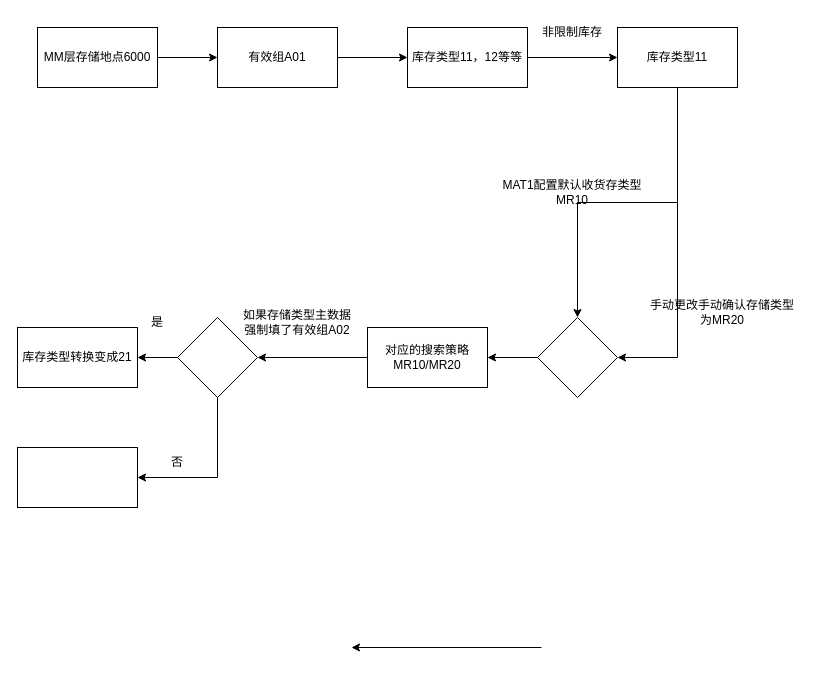
Above: EWM库存地点有效组存储类型.drawio in 20000428/drawio (draw.io), before the change. Source tidied: cells renumbered, new cells numbered last; positions are measured from the earlier drawing's top-left corner, leaving out a move shared by most shapes. Both pictures are drawn from the tidied source at 100%, with x=0, y=0 at pixel (17, 17).
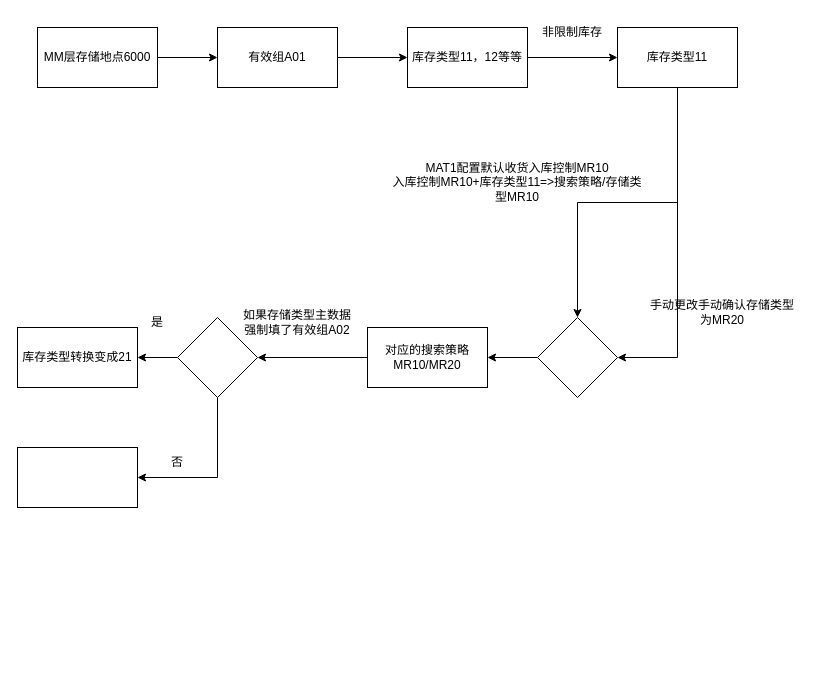
Above is the later version.

Commit message:
更新EWM库存地点有效组存储类型.drawio

Change to the diagram source:
```diff
@@
-    <mxCell id="14" value="MAT1配置默认收货存类型MR10" style="text;html=1;whiteSpace=wrap;strokeColor=none;fillColor=none;align=center;verticalAlign=middle;rounded=0;" parent="1" vertex="1">
-      <mxGeometry x="480" y="160" width="150" height="30" as="geometry" />
+    <mxCell id="14" value="MAT1配置默认收货入库控制MR10&lt;div&gt;&lt;div id=&quot;_E_lWKlPt&quot; class=&quot;editor-block text-block editor-block-padding-1 focused&quot;&gt;&lt;div class=&quot;block-content text-element&quot;&gt;&lt;span class=&quot;editor-text-node&quot;&gt;入库控制MR10+库存类型11=&amp;gt;搜索策略/存储类型MR10&lt;/span&gt;&lt;/div&gt;&lt;/div&gt;&lt;/div&gt;" style="text;html=1;whiteSpace=wrap;strokeColor=none;fillColor=none;align=center;verticalAlign=middle;rounded=0;" parent="1" vertex="1">
+      <mxGeometry x="370" y="150" width="260" height="30" as="geometry" />
     </mxCell>
@@
-    <mxCell id="16" style="edgeStyle=orthogonalEdgeStyle;rounded=0;orthogonalLoop=1;jettySize=auto;html=1;" parent="1" edge="1">
-      <mxGeometry relative="1" as="geometry">
-        <mxPoint x="524" y="630" as="sourcePoint" />
-        <mxPoint x="334" y="630" as="targetPoint" />
-      </mxGeometry>
-    </mxCell>
```
